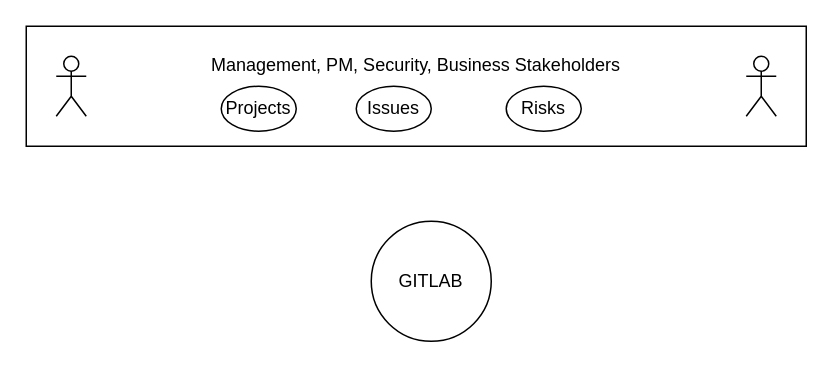
The draw.io diagram Untitled Diagram.drawio in Bhoopesh123/kubernetes, before the edit. Source tidied: cells renumbered, new cells numbered last; positions are measured from the earlier drawing's top-left corner, leaving out a move shared by most shapes. Both pictures are drawn from the tidied source at 150%, with x=0, y=0 at pixel (26, 26). Pictures stored in the file or linked from it are replaced by grey dashed boxes.
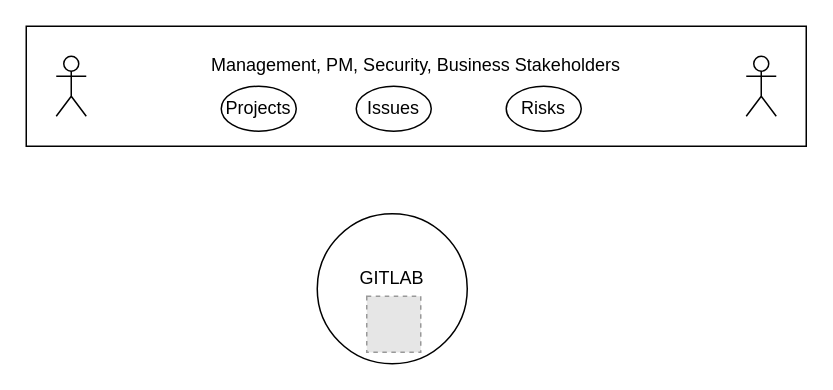
The same page after the edit.

Change to the diagram source:
```diff
@@
 <mxGraphModel>
   <root>
     <mxCell id="0" />
     <mxCell id="1" parent="0" />
-    <mxCell id="2" value="GITLAB" style="ellipse;whiteSpace=wrap;html=1;" parent="1" vertex="1">
-      <mxGeometry x="230" y="130" width="80" height="80" as="geometry" />
+    <mxCell id="2" value="GITLAB&lt;br&gt;&lt;br&gt;" style="ellipse;whiteSpace=wrap;html=1;" parent="1" vertex="1">
+      <mxGeometry x="194" y="125" width="100" height="100" as="geometry" />
     </mxCell>
     <mxCell id="3" value="Management, PM, Security, Business Stakeholders&lt;br&gt;&lt;br&gt;&lt;br&gt;" style="rounded=0;whiteSpace=wrap;html=1;" parent="1" vertex="1">
       <mxGeometry width="520" height="80" as="geometry" />
     </mxCell>
     <mxCell id="4" style="shape=umlActor;verticalLabelPosition=bottom;verticalAlign=top;html=1;" parent="1" vertex="1">
       <mxGeometry x="20" y="20" width="20" height="40" as="geometry" />
     </mxCell>
     <mxCell id="5" style="shape=umlActor;verticalLabelPosition=bottom;verticalAlign=top;html=1;" parent="1" vertex="1">
       <mxGeometry x="480" y="20" width="20" height="40" as="geometry" />
     </mxCell>
     <mxCell id="6" value="Projects" style="ellipse;whiteSpace=wrap;html=1;" parent="1" vertex="1">
       <mxGeometry x="130" y="40" width="50" height="30" as="geometry" />
     </mxCell>
     <mxCell id="7" value="Issues" style="ellipse;whiteSpace=wrap;html=1;" parent="1" vertex="1">
       <mxGeometry x="220" y="40" width="50" height="30" as="geometry" />
     </mxCell>
     <mxCell id="8" value="Risks" style="ellipse;whiteSpace=wrap;html=1;" parent="1" vertex="1">
       <mxGeometry x="320" y="40" width="50" height="30" as="geometry" />
     </mxCell>
+    <mxCell id="9" style="fillColor=#E6E6E6;strokeColor=#999999;dashed=1;verticalLabelPosition=bottom;labelBackgroundColor=#ffffff;verticalAlign=top;" parent="1" vertex="1">
+      <mxGeometry x="227" y="180" width="36" height="37.4" as="geometry" />
+    </mxCell>
   </root>
 </mxGraphModel>
```
